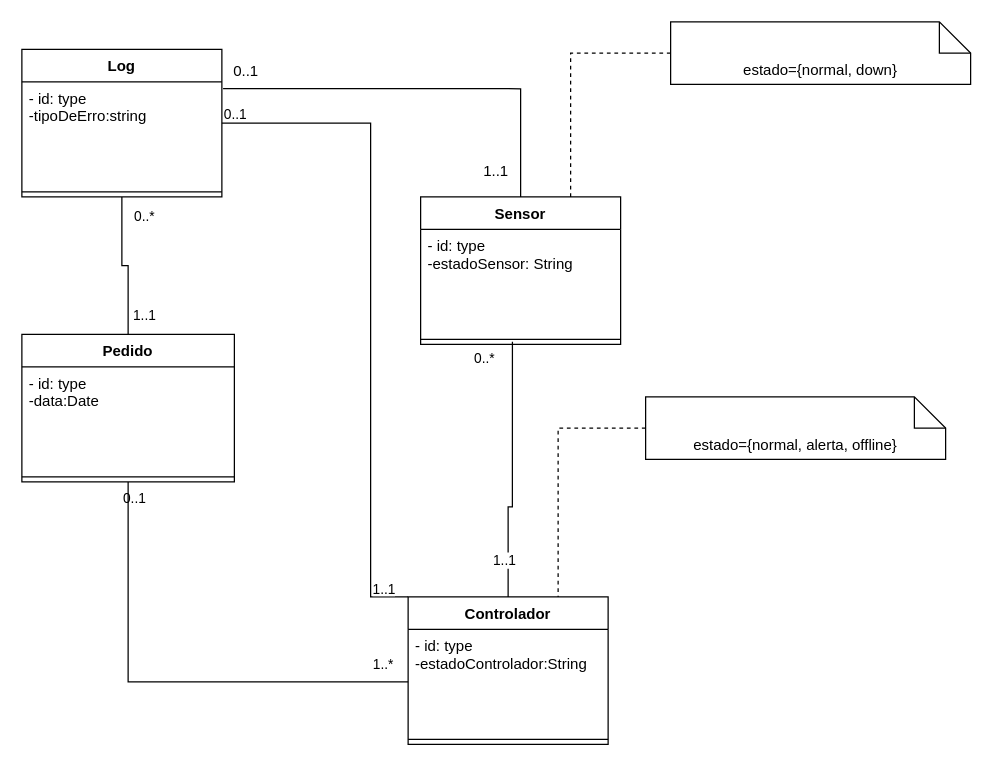
This is page "DClasses Sensor" (11 of 11) of Diagrama de Atividades_Trabalho_final.drawio from cunhaestgv/Colheitas, a draw.io file, before an edit. Source tidied: cells renumbered, new cells numbered last; positions are measured from the earlier drawing's top-left corner, leaving out a move shared by most shapes. Both pictures are drawn from the tidied source at 125%, with x=0, y=0 at pixel (21, 21).
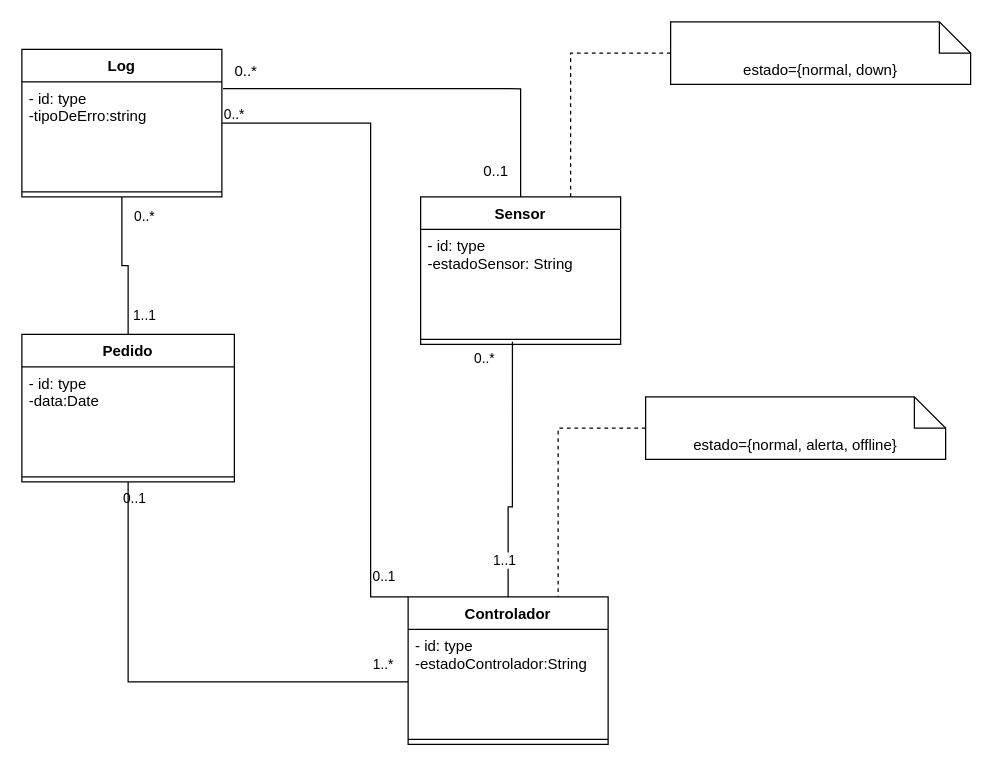
Above is the later version.

Change to the diagram source:
```diff
@@
-    <mxCell id="29" value="&lt;span style=&quot;color: rgb(0 , 0 , 0) ; font-family: &amp;#34;helvetica&amp;#34; ; font-size: 11px ; font-style: normal ; font-weight: 400 ; letter-spacing: normal ; text-align: center ; text-indent: 0px ; text-transform: none ; word-spacing: 0px ; background-color: rgb(255 , 255 , 255) ; display: inline ; float: none&quot;&gt;0..1&lt;/span&gt;" style="text;whiteSpace=wrap;html=1;" parent="1" vertex="1">
+    <mxCell id="29" value="&lt;span style=&quot;color: rgb(0 , 0 , 0) ; font-family: &amp;#34;helvetica&amp;#34; ; font-size: 11px ; font-style: normal ; font-weight: 400 ; letter-spacing: normal ; text-align: center ; text-indent: 0px ; text-transform: none ; word-spacing: 0px ; background-color: rgb(255 , 255 , 255) ; display: inline ; float: none&quot;&gt;0..*&lt;/span&gt;" style="text;whiteSpace=wrap;html=1;" parent="1" vertex="1">
       <mxGeometry x="160" y="60" width="40" height="30" as="geometry" />
     </mxCell>
-    <mxCell id="30" value="&lt;span style=&quot;color: rgb(0, 0, 0); font-family: helvetica; font-size: 11px; font-style: normal; font-weight: 400; letter-spacing: normal; text-align: center; text-indent: 0px; text-transform: none; word-spacing: 0px; background-color: rgb(255, 255, 255); display: inline; float: none;&quot;&gt;1..1&lt;/span&gt;" style="text;whiteSpace=wrap;html=1;" parent="1" vertex="1">
-      <mxGeometry x="279" y="440" width="40" height="30" as="geometry" />
+    <mxCell id="30" value="&lt;span style=&quot;color: rgb(0 , 0 , 0) ; font-family: &amp;#34;helvetica&amp;#34; ; font-size: 11px ; font-style: normal ; font-weight: 400 ; letter-spacing: normal ; text-align: center ; text-indent: 0px ; text-transform: none ; word-spacing: 0px ; background-color: rgb(255 , 255 , 255) ; display: inline ; float: none&quot;&gt;0..1&lt;/span&gt;" style="text;whiteSpace=wrap;html=1;" parent="1" vertex="1">
+      <mxGeometry x="279" y="430" width="40" height="30" as="geometry" />
     </mxCell>
-    <mxCell id="31" value="0..1" style="text;html=1;align=center;verticalAlign=middle;strokeColor=none;" parent="1" vertex="1">
-      <mxGeometry x="159" y="30" width="40" height="20" as="geometry" />
+    <mxCell id="31" value="0..*" style="text;html=1;align=center;verticalAlign=middle;strokeColor=none;" parent="1" vertex="1">
+      <mxGeometry x="164" y="30" width="30" height="20" as="geometry" />
     </mxCell>
-    <mxCell id="32" value="1..1" style="text;html=1;align=center;verticalAlign=middle;strokeColor=none;" parent="1" vertex="1">
+    <mxCell id="32" value="0..1" style="text;html=1;align=center;verticalAlign=middle;strokeColor=none;" parent="1" vertex="1">
       <mxGeometry x="359" y="110" width="40" height="20" as="geometry" />
     </mxCell>
```
